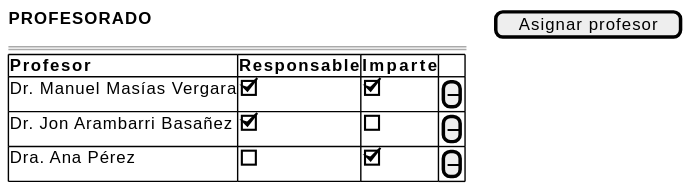
Above: images/RUP/01-requisitos/03-detalle-casos-uso/cambiarRolesProfesorAsignaturaPrograma/wireframe.svg in mmasias/pyCeldaPublico (PlantUML), before the change.
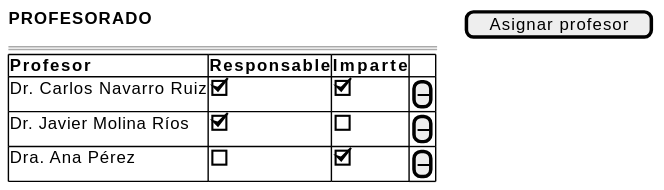
Later version of the same file.

The edit, as a diff of the source:
```diff
@@ -4,8 +4,8 @@
     ====
     {#
         <b>Profesor</b> | <b>Responsable</b> | <b>Imparte</b> | .
-        Dr. Manuel Masías Vergara | [X] | [X] | [➖]
-        Dr. Jon Arambarri Basañez | [X] | [ ] | [➖]
+        Dr. Carlos Navarro Ruiz | [X] | [X] | [➖]
+        Dr. Javier Molina Ríos | [X] | [ ] | [➖]
         Dra. Ana Pérez | [ ] | [X] | [➖]
     }
 }
```
